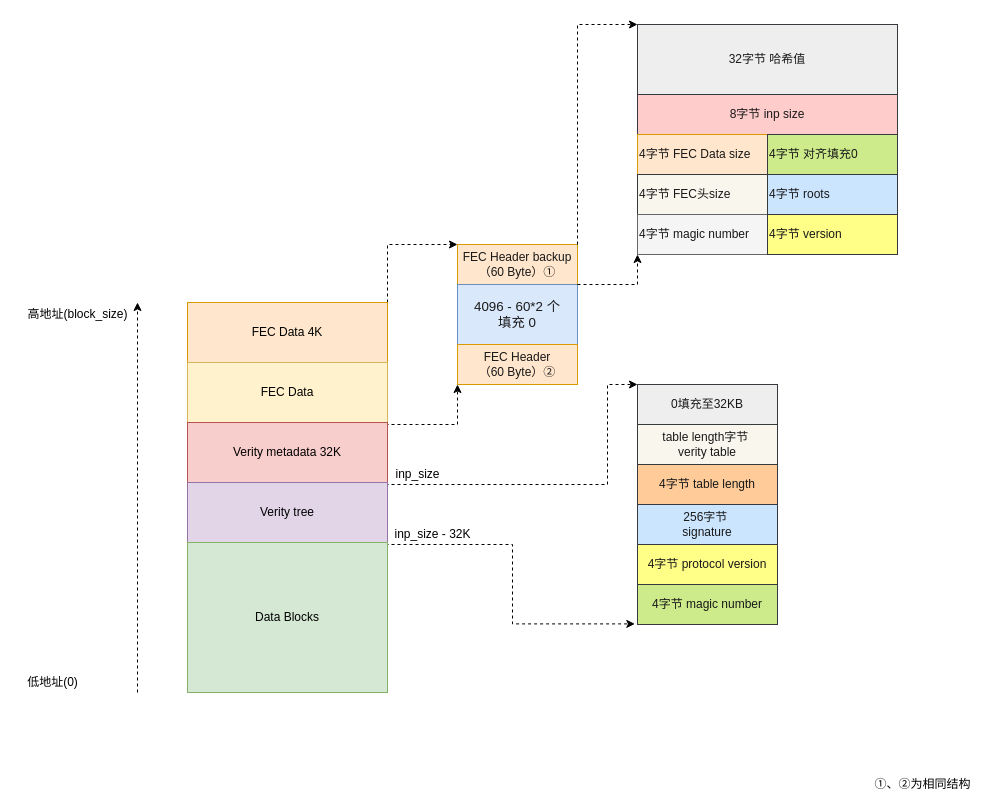
Above: image_structure.drawio in WQY0826/diagram (draw.io), before the change. Source tidied: cells renumbered, new cells numbered last; positions are measured from the earlier drawing's top-left corner, leaving out a move shared by most shapes. Both pictures are drawn from the tidied source at 100%, with x=0, y=0 at pixel (17, 24).
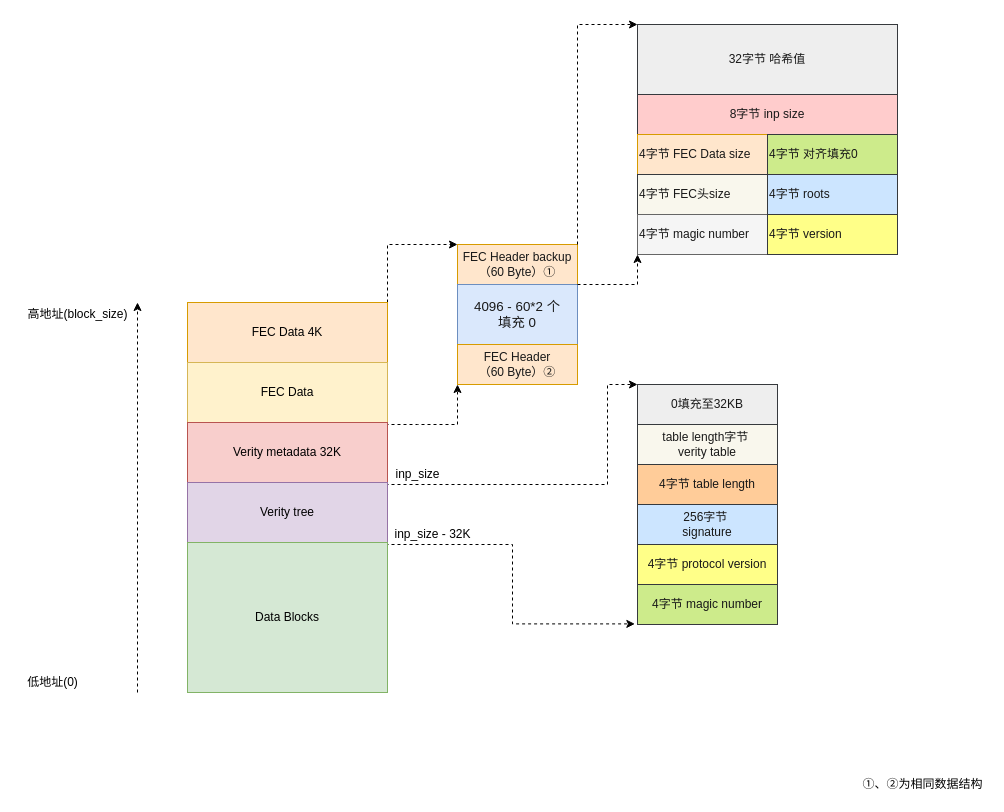
The same page after the edit.

Change to the diagram source:
```diff
@@
-    <mxCell id="34" value="①、②为相同结构" style="text;html=1;align=center;verticalAlign=middle;strokeColor=none;fillColor=none;fontSize=12;" parent="1" vertex="1">
-      <mxGeometry x="850" y="750" width="110" height="20" as="geometry" />
+    <mxCell id="34" value="①、②为相同数据结构" style="text;html=1;align=center;verticalAlign=middle;strokeColor=none;fillColor=none;fontSize=12;" parent="1" vertex="1">
+      <mxGeometry x="840" y="751" width="130" height="18" as="geometry" />
     </mxCell>
```
